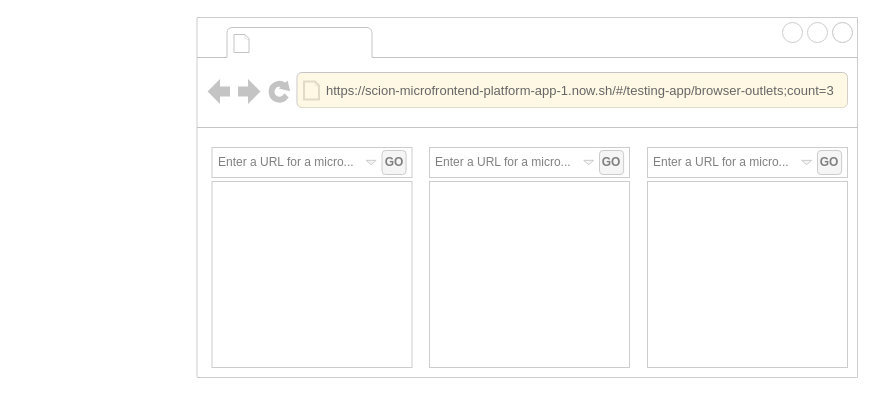
Earlier version of the draw.io diagram page "e2e-app_browser-outlets-example" (15 of 18) of docs/adoc/microfrontend-platform-developer-guide/developer-guide.drawio (SchweizerischeBundesbahnen/scion-microfrontend-platform). Source tidied: cells renumbered, new cells numbered last; positions are measured from the earlier drawing's top-left corner, leaving out a move shared by most shapes. Both pictures are drawn from the tidied source at 100%, with x=0, y=0 at pixel (17, 17).
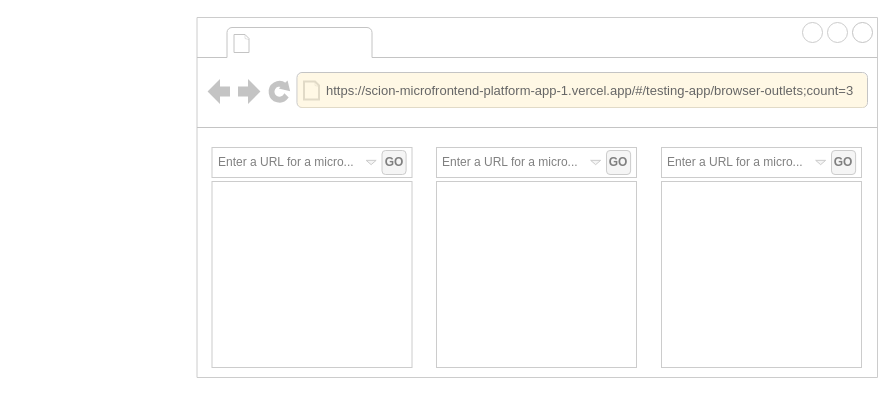
The same diagram, later.

Diff of the diagram source:
```diff
@@
     <mxCell id="2" style="strokeWidth=1;shadow=0;align=center;html=1;shape=mxgraph.mockup.containers.browserWindow;rSize=0;strokeColor2=#C4C4C4;strokeColor3=#c4c4c4;mainText=,;comic=0;horizontal=1;verticalAlign=middle;perimeterSpacing=0;noLabel=0;strokeColor=#CCCCCC;" parent="1" vertex="1">
-      <mxGeometry x="179.5" width="660.5" height="360" as="geometry" />
+      <mxGeometry x="179.5" width="680.5" height="360" as="geometry" />
     </mxCell>
@@
-    <mxCell id="5" value="&lt;span style=&quot;color: rgb(102 , 102 , 102) ; font-size: 13px&quot;&gt;https://scion-microfrontend-platform-app-1.now.sh/#/testing-app/browser-outlets;count=3&lt;/span&gt;" style="rounded=1;whiteSpace=wrap;html=1;shadow=0;comic=0;strokeColor=none;strokeWidth=1;fillColor=#fff2cc;fontFamily=Helvetica;fontSize=15;align=left;opacity=50;spacingLeft=27;spacingTop=-2;" parent="2" vertex="1">
-      <mxGeometry x="100.5" y="55.5" width="550" height="35" as="geometry" />
+    <mxCell id="5" value="&lt;font color=&quot;#666666&quot;&gt;&lt;span style=&quot;font-size: 13px&quot;&gt;https://scion-microfrontend-platform-app-1.vercel.app/#/testing-app/browser-outlets;count=3&lt;/span&gt;&lt;/font&gt;" style="rounded=1;whiteSpace=wrap;html=1;shadow=0;comic=0;strokeColor=none;strokeWidth=1;fillColor=#fff2cc;fontFamily=Helvetica;fontSize=15;align=left;opacity=50;spacingLeft=27;spacingTop=-2;" parent="2" vertex="1">
+      <mxGeometry x="100.5" y="55.5" width="569.5" height="35" as="geometry" />
     </mxCell>
@@
     <mxCell id="11" style="group;" parent="2" vertex="1">
-      <mxGeometry x="232.5" y="130" width="200" height="220" as="geometry" />
+      <mxGeometry x="239.5" y="130" width="200" height="220" as="geometry" />
     </mxCell>
@@
     <mxCell id="16" style="group;" parent="2" vertex="1">
-      <mxGeometry x="450.5" y="130" width="200" height="220" as="geometry" />
+      <mxGeometry x="464.5" y="130" width="200" height="220" as="geometry" />
     </mxCell>
```
